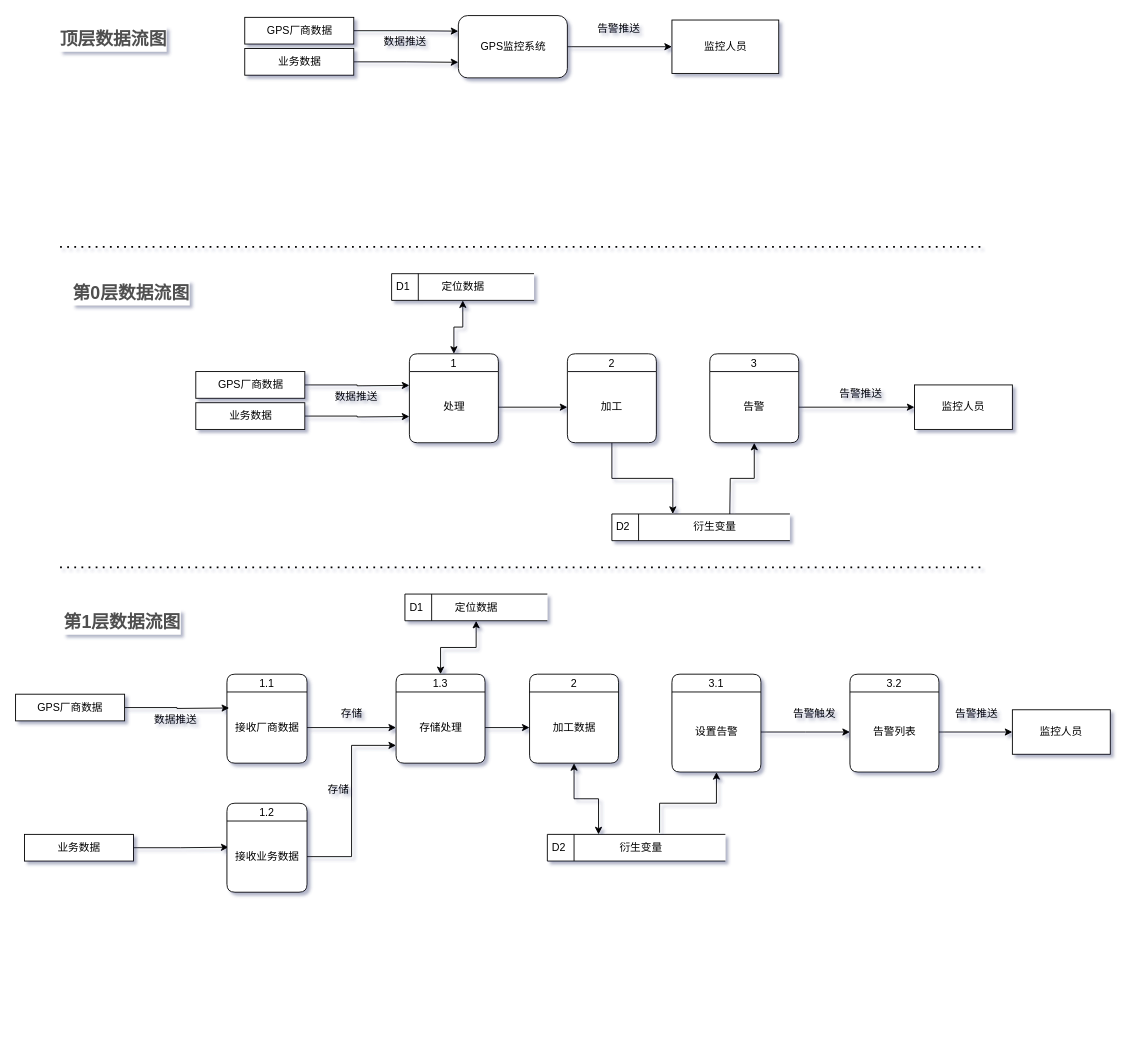
Before: 未命名绘图.drawio in LittleDW/drawfiles, a draw.io diagram. Source tidied: cells renumbered, new cells numbered last; positions are measured from the earlier drawing's top-left corner, leaving out a move shared by most shapes. Both pictures are drawn from the tidied source at 89%, with x=0, y=0 at pixel (15, 15).
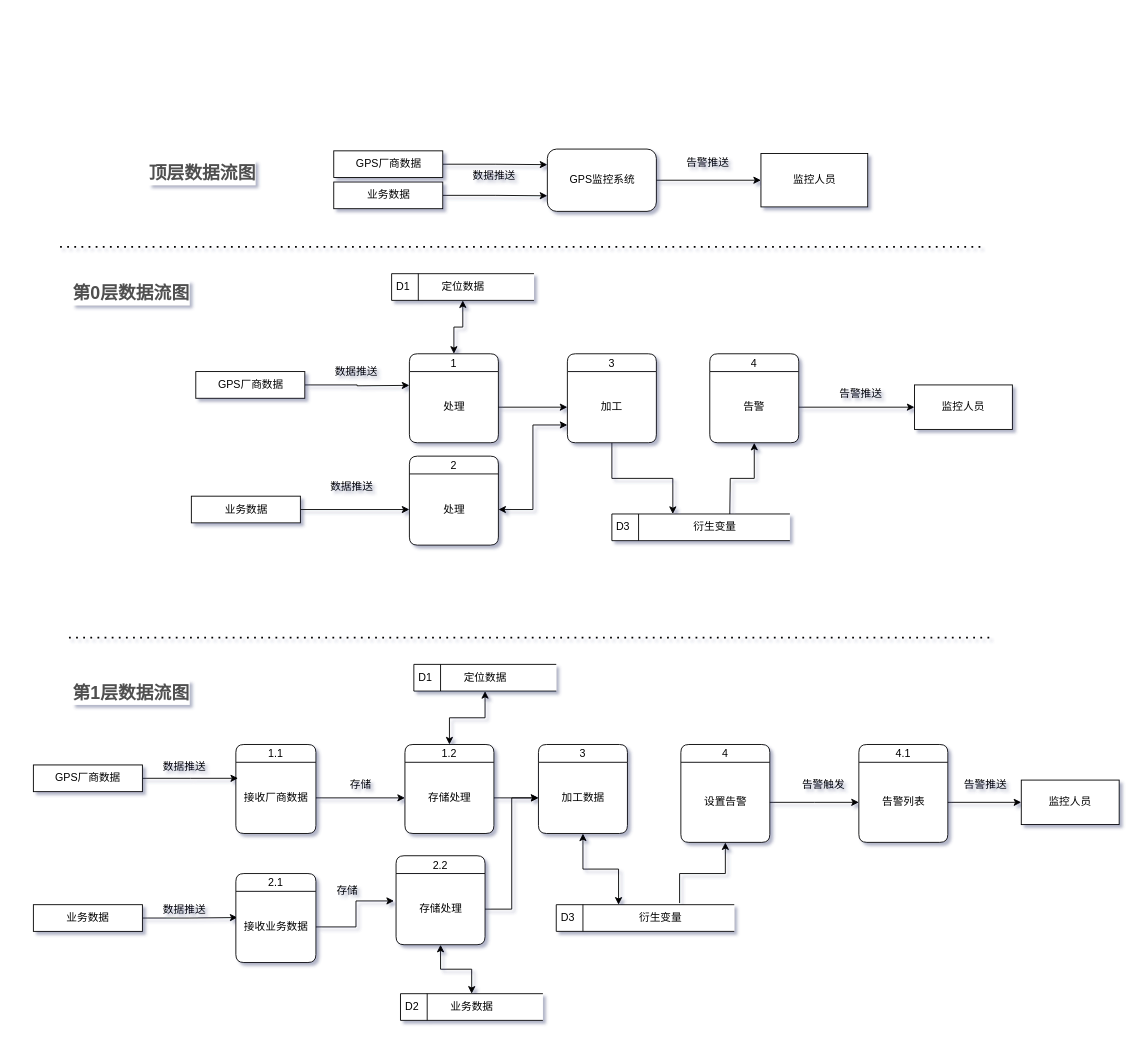
The same page after the edit.

Commit message:
更新未命名绘图.drawio

Unchanged cells that the change refers to:
```xml
<mxCell id="26" value="存储处理" style="text;html=1;strokeColor=none;fillColor=none;align=center;verticalAlign=middle;whiteSpace=wrap;rounded=0;" parent="25" vertex="1">
  <mxGeometry y="20" width="100" height="80" as="geometry" />
</mxCell>
<mxCell id="33" value="设置告警" style="text;html=1;strokeColor=none;fillColor=none;align=center;verticalAlign=middle;whiteSpace=wrap;rounded=0;" parent="32" vertex="1">
  <mxGeometry y="20" width="100" height="90" as="geometry" />
</mxCell>
<mxCell id="41" value="加工数据" style="text;html=1;strokeColor=none;fillColor=none;align=center;verticalAlign=middle;whiteSpace=wrap;rounded=0;" parent="40" vertex="1">
  <mxGeometry y="20" width="100" height="80" as="geometry" />
</mxCell>
<mxCell id="66" value="加工" style="text;html=1;strokeColor=none;fillColor=none;align=center;verticalAlign=middle;whiteSpace=wrap;rounded=0;" parent="65" vertex="1">
  <mxGeometry y="20" width="100" height="80" as="geometry" />
</mxCell>
<mxCell id="69" value="接收业务数据" style="text;html=1;strokeColor=none;fillColor=none;align=center;verticalAlign=middle;whiteSpace=wrap;rounded=0;" parent="68" vertex="1">
  <mxGeometry y="20" width="90" height="80" as="geometry" />
</mxCell>
```

What changed in the source:
```diff
@@
     <mxCell id="7" value="GPS监控系统" style="rounded=1;whiteSpace=wrap;html=1;" parent="1" vertex="1">
-      <mxGeometry x="497.5" width="122.5" height="70" as="geometry" />
+      <mxGeometry x="597.5" y="150" width="122.5" height="70" as="geometry" />
     </mxCell>
@@
     <mxCell id="9" value="GPS厂商数据" style="rounded=0;whiteSpace=wrap;html=1;" parent="1" vertex="1">
-      <mxGeometry x="257.5" y="2" width="122.5" height="30" as="geometry" />
+      <mxGeometry x="357.5" y="152" width="122.5" height="30" as="geometry" />
     </mxCell>
     <mxCell id="10" value="监控人员" style="rounded=0;whiteSpace=wrap;html=1;" parent="1" vertex="1">
-      <mxGeometry x="737.5" y="5" width="120" height="60" as="geometry" />
+      <mxGeometry x="837.5" y="155" width="120" height="60" as="geometry" />
     </mxCell>
     <mxCell id="11" value="数据推送" style="text;html=1;strokeColor=none;fillColor=none;align=center;verticalAlign=middle;whiteSpace=wrap;rounded=0;" parent="1" vertex="1">
-      <mxGeometry x="407.5" y="15" width="60" height="30" as="geometry" />
+      <mxGeometry x="507.5" y="165" width="60" height="30" as="geometry" />
     </mxCell>
     <mxCell id="12" value="告警推送" style="text;html=1;strokeColor=none;fillColor=none;align=center;verticalAlign=middle;whiteSpace=wrap;rounded=0;" parent="1" vertex="1">
-      <mxGeometry x="647.5" width="60" height="30" as="geometry" />
+      <mxGeometry x="747.5" y="150" width="60" height="30" as="geometry" />
     </mxCell>
@@
-    <mxCell id="14" value="D2" style="html=1;dashed=0;whitespace=wrap;shape=mxgraph.dfd.dataStoreID;align=left;spacingLeft=3;" parent="1" vertex="1">
+    <mxCell id="14" value="D3" style="html=1;dashed=0;whitespace=wrap;shape=mxgraph.dfd.dataStoreID;align=left;spacingLeft=3;" parent="1" vertex="1">
       <mxGeometry x="670" y="560" width="200" height="30" as="geometry" />
     </mxCell>
@@
-    <mxCell id="18" value="3" style="swimlane;fontStyle=0;horizontal=1;startSize=20;fillColor=#ffffff;swimlaneFillColor=#ffffff;rounded=1;" parent="1" vertex="1">
+    <mxCell id="18" value="4" style="swimlane;fontStyle=0;horizontal=1;startSize=20;fillColor=#ffffff;swimlaneFillColor=#ffffff;rounded=1;" parent="1" vertex="1">
       <mxGeometry x="780" y="380" width="100" height="100" as="geometry" />
     </mxCell>
@@
     <mxCell id="23" value="D1" style="html=1;dashed=0;whitespace=wrap;shape=mxgraph.dfd.dataStoreID;align=left;spacingLeft=3;" parent="1" vertex="1">
-      <mxGeometry x="437.5" y="650" width="160" height="30" as="geometry" />
+      <mxGeometry x="447.5" y="729" width="160" height="30" as="geometry" />
     </mxCell>
@@
-    <mxCell id="25" value="1.3" style="swimlane;fontStyle=0;horizontal=1;startSize=20;fillColor=#ffffff;swimlaneFillColor=#ffffff;rounded=1;" parent="1" vertex="1">
-      <mxGeometry x="427.5" y="740" width="100" height="100" as="geometry" />
+    <mxCell id="25" value="1.2" style="swimlane;fontStyle=0;horizontal=1;startSize=20;fillColor=#ffffff;swimlaneFillColor=#ffffff;rounded=1;" parent="1" vertex="1">
+      <mxGeometry x="437.5" y="819" width="100" height="100" as="geometry" />
     </mxCell>
@@
     <mxCell id="27" value="定位数据" style="text;html=1;strokeColor=none;fillColor=none;align=center;verticalAlign=middle;whiteSpace=wrap;rounded=0;" parent="1" vertex="1">
-      <mxGeometry x="467.5" y="650" width="100" height="30" as="geometry" />
+      <mxGeometry x="477.5" y="729" width="100" height="30" as="geometry" />
     </mxCell>
-    <mxCell id="28" value="D2" style="html=1;dashed=0;whitespace=wrap;shape=mxgraph.dfd.dataStoreID;align=left;spacingLeft=3;" parent="1" vertex="1">
-      <mxGeometry x="597.5" y="920" width="200" height="30" as="geometry" />
+    <mxCell id="28" value="D3" style="html=1;dashed=0;whitespace=wrap;shape=mxgraph.dfd.dataStoreID;align=left;spacingLeft=3;" parent="1" vertex="1">
+      <mxGeometry x="607.5" y="999" width="200" height="30" as="geometry" />
     </mxCell>
@@
     <mxCell id="30" value="衍生变量" style="text;html=1;strokeColor=none;fillColor=none;align=center;verticalAlign=middle;whiteSpace=wrap;rounded=0;" parent="1" vertex="1">
-      <mxGeometry x="607.5" y="920" width="190" height="30" as="geometry" />
+      <mxGeometry x="630" y="999" width="190" height="30" as="geometry" />
     </mxCell>
@@
-    <mxCell id="32" value="3.1" style="swimlane;fontStyle=0;horizontal=1;startSize=20;fillColor=#ffffff;swimlaneFillColor=#ffffff;rounded=1;" parent="1" vertex="1">
-      <mxGeometry x="737.5" y="740" width="100" height="110" as="geometry" />
+    <mxCell id="32" value="4" style="swimlane;fontStyle=0;horizontal=1;startSize=20;fillColor=#ffffff;swimlaneFillColor=#ffffff;rounded=1;" parent="1" vertex="1">
+      <mxGeometry x="747.5" y="819" width="100" height="110" as="geometry" />
     </mxCell>
@@
     <mxCell id="34" style="edgeStyle=orthogonalEdgeStyle;rounded=0;jettySize=auto;html=1;exitX=1;exitY=0.5;exitDx=0;exitDy=0;startArrow=none;startFill=0;" parent="1" edge="1" source="33">
       <mxGeometry relative="1" as="geometry">
-        <mxPoint x="937.5" y="805" as="targetPoint" />
+        <mxPoint x="947.5" y="884" as="targetPoint" />
       </mxGeometry>
     </mxCell>
     <mxCell id="35" value="告警触发" style="text;html=1;strokeColor=none;fillColor=none;align=center;verticalAlign=middle;whiteSpace=wrap;rounded=0;" parent="1" vertex="1">
-      <mxGeometry x="867.5" y="770" width="60" height="30" as="geometry" />
+      <mxGeometry x="877.5" y="849" width="60" height="30" as="geometry" />
     </mxCell>
     <mxCell id="36" value="1.1" style="swimlane;fontStyle=0;horizontal=1;startSize=20;fillColor=#ffffff;swimlaneFillColor=#ffffff;rounded=1;" parent="1" vertex="1">
-      <mxGeometry x="237.5" y="740" width="90" height="100" as="geometry" />
+      <mxGeometry x="247.5" y="819" width="90" height="100" as="geometry" />
     </mxCell>
@@
     <mxCell id="39" value="存储" style="text;html=1;strokeColor=none;fillColor=none;align=center;verticalAlign=middle;whiteSpace=wrap;rounded=0;" parent="1" vertex="1">
-      <mxGeometry x="327.5" y="770" width="100" height="30" as="geometry" />
+      <mxGeometry x="337.5" y="849" width="100" height="30" as="geometry" />
     </mxCell>
-    <mxCell id="40" value="2" style="swimlane;fontStyle=0;horizontal=1;startSize=20;fillColor=#ffffff;swimlaneFillColor=#ffffff;rounded=1;" parent="1" vertex="1">
-      <mxGeometry x="577.5" y="740" width="100" height="100" as="geometry" />
+    <mxCell id="40" value="3" style="swimlane;fontStyle=0;horizontal=1;startSize=20;fillColor=#ffffff;swimlaneFillColor=#ffffff;rounded=1;" parent="1" vertex="1">
+      <mxGeometry x="587.5" y="819" width="100" height="100" as="geometry" />
     </mxCell>
@@
-    <mxCell id="43" value="3.2" style="swimlane;fontStyle=0;horizontal=1;startSize=20;fillColor=#ffffff;swimlaneFillColor=#ffffff;rounded=1;" parent="1" vertex="1">
-      <mxGeometry x="937.5" y="740" width="100" height="110" as="geometry" />
+    <mxCell id="43" value="4.1" style="swimlane;fontStyle=0;horizontal=1;startSize=20;fillColor=#ffffff;swimlaneFillColor=#ffffff;rounded=1;" parent="1" vertex="1">
+      <mxGeometry x="947.5" y="819" width="100" height="110" as="geometry" />
     </mxCell>
@@
     <mxCell id="45" value="监控人员" style="rounded=0;whiteSpace=wrap;html=1;" parent="1" vertex="1">
-      <mxGeometry x="1120" y="780" width="110" height="50" as="geometry" />
+      <mxGeometry x="1130" y="859" width="110" height="50" as="geometry" />
     </mxCell>
     <mxCell id="46" value="告警推送" style="text;html=1;strokeColor=none;fillColor=none;align=center;verticalAlign=middle;whiteSpace=wrap;rounded=0;" parent="1" vertex="1">
-      <mxGeometry x="1050" y="770" width="60" height="30" as="geometry" />
+      <mxGeometry x="1060" y="849" width="60" height="30" as="geometry" />
     </mxCell>
@@
     <mxCell id="48" style="endArrow=none;dashed=1;html=1;dashPattern=1 3;strokeWidth=2;rounded=0;" parent="1" edge="1">
       <mxGeometry relative="1" as="geometry">
-        <mxPoint x="50" y="620" as="sourcePoint" />
-        <mxPoint x="1090" y="620" as="targetPoint" />
+        <mxPoint x="60" y="699" as="sourcePoint" />
+        <mxPoint x="1100" y="699" as="targetPoint" />
       </mxGeometry>
     </mxCell>
     <mxCell id="49" value="&lt;h3 style=&quot;box-sizing: border-box; outline: 0px; margin: 8px 0px 16px; padding: 0px; font-family: &amp;quot;PingFang SC&amp;quot;, &amp;quot;Microsoft YaHei&amp;quot;, SimHei, Arial, SimSun; font-size: 20px; color: rgb(79, 79, 79); line-height: 28px; overflow-wrap: break-word; font-variant-ligatures: no-common-ligatures; text-align: start; background-color: rgb(255, 255, 255);&quot;&gt;顶层数据流图&lt;/h3&gt;" style="text;html=1;strokeColor=none;fillColor=none;align=center;verticalAlign=middle;whiteSpace=wrap;rounded=0;" parent="1" vertex="1">
-      <mxGeometry x="20" y="15" width="180" height="30" as="geometry" />
+      <mxGeometry x="120" y="165" width="180" height="30" as="geometry" />
     </mxCell>
@@
     <mxCell id="51" value="&lt;h3 style=&quot;box-sizing: border-box; outline: 0px; margin: 8px 0px 16px; padding: 0px; font-family: &amp;quot;PingFang SC&amp;quot;, &amp;quot;Microsoft YaHei&amp;quot;, SimHei, Arial, SimSun; font-size: 20px; color: rgb(79, 79, 79); line-height: 28px; overflow-wrap: break-word; font-variant-ligatures: no-common-ligatures; text-align: start; background-color: rgb(255, 255, 255);&quot;&gt;第1层数据流图&lt;/h3&gt;" style="text;html=1;strokeColor=none;fillColor=none;align=center;verticalAlign=middle;whiteSpace=wrap;rounded=0;" parent="1" vertex="1">
-      <mxGeometry x="30" y="670" width="180" height="30" as="geometry" />
+      <mxGeometry x="40" y="749" width="180" height="30" as="geometry" />
     </mxCell>
@@
     <mxCell id="54" value="业务数据" style="rounded=0;whiteSpace=wrap;html=1;" parent="1" vertex="1">
-      <mxGeometry x="257.5" y="37" width="122.5" height="30" as="geometry" />
+      <mxGeometry x="357.5" y="187" width="122.5" height="30" as="geometry" />
     </mxCell>
@@
     <mxCell id="57" value="数据推送" style="text;html=1;strokeColor=none;fillColor=none;align=center;verticalAlign=middle;whiteSpace=wrap;rounded=0;" parent="1" vertex="1">
-      <mxGeometry x="352.5" y="413" width="60" height="30" as="geometry" />
+      <mxGeometry x="347.5" y="515" width="60" height="30" as="geometry" />
     </mxCell>
-    <mxCell id="58" style="edgeStyle=orthogonalEdgeStyle;rounded=0;jettySize=auto;html=1;exitX=1;exitY=0.5;exitDx=0;exitDy=0;entryX=0;entryY=0.75;entryDx=0;entryDy=0;startArrow=none;startFill=0;" parent="1" edge="1" source="59">
-      <mxGeometry relative="1" as="geometry">
-        <mxPoint x="442.5" y="450.5" as="targetPoint" />
-      </mxGeometry>
+    <mxCell id="58" style="edgeStyle=orthogonalEdgeStyle;rounded=0;jettySize=auto;html=1;exitX=1;exitY=0.5;exitDx=0;exitDy=0;startArrow=none;startFill=0;" parent="1" edge="1" source="59" target="80">
+      <mxGeometry relative="1" as="geometry" />
     </mxCell>
     <mxCell id="59" value="业务数据" style="rounded=0;whiteSpace=wrap;html=1;" parent="1" vertex="1">
-      <mxGeometry x="202.5" y="435" width="122.5" height="30" as="geometry" />
+      <mxGeometry x="197.5" y="540" width="122.5" height="30" as="geometry" />
     </mxCell>
-    <mxCell id="60" style="edgeStyle=orthogonalEdgeStyle;rounded=0;jettySize=auto;html=1;exitX=1;exitY=0.5;exitDx=0;exitDy=0;entryX=0;entryY=0.25;entryDx=0;entryDy=0;startArrow=none;startFill=0;" parent="1" edge="1" source="61">
+    <mxCell id="60" style="edgeStyle=orthogonalEdgeStyle;rounded=0;jettySize=auto;html=1;entryX=0;entryY=0.25;entryDx=0;entryDy=0;startArrow=none;startFill=0;" parent="1" edge="1" source="61">
       <mxGeometry relative="1" as="geometry">
-        <mxPoint x="240" y="778" as="targetPoint" />
+        <mxPoint x="250" y="857" as="targetPoint" />
       </mxGeometry>
     </mxCell>
     <mxCell id="61" value="GPS厂商数据" style="rounded=0;whiteSpace=wrap;html=1;" parent="1" vertex="1">
-      <mxGeometry y="762.5" width="122.5" height="30" as="geometry" />
+      <mxGeometry x="20" y="842" width="122.5" height="30" as="geometry" />
     </mxCell>
     <mxCell id="62" value="数据推送" style="text;html=1;strokeColor=none;fillColor=none;align=center;verticalAlign=middle;whiteSpace=wrap;rounded=0;" parent="1" vertex="1">
-      <mxGeometry x="150" y="775.5" width="60" height="30" as="geometry" />
+      <mxGeometry x="160" y="829" width="60" height="30" as="geometry" />
     </mxCell>
@@
     <mxCell id="64" value="业务数据" style="rounded=0;whiteSpace=wrap;html=1;" parent="1" vertex="1">
-      <mxGeometry x="10" y="920" width="122.5" height="30" as="geometry" />
+      <mxGeometry x="20" y="999" width="122.5" height="30" as="geometry" />
     </mxCell>
-    <mxCell id="65" value="2" style="swimlane;fontStyle=0;horizontal=1;startSize=20;fillColor=#ffffff;swimlaneFillColor=#ffffff;rounded=1;" parent="1" vertex="1">
+    <mxCell id="65" value="3" style="swimlane;fontStyle=0;horizontal=1;startSize=20;fillColor=#ffffff;swimlaneFillColor=#ffffff;rounded=1;" parent="1" vertex="1">
       <mxGeometry x="620" y="380" width="100" height="100" as="geometry" />
     </mxCell>
@@
-    <mxCell id="68" value="1.2" style="swimlane;fontStyle=0;horizontal=1;startSize=20;fillColor=#ffffff;swimlaneFillColor=#ffffff;rounded=1;" parent="1" vertex="1">
-      <mxGeometry x="237.5" y="885" width="90" height="100" as="geometry" />
+    <mxCell id="68" value="2.1" style="swimlane;fontStyle=0;horizontal=1;startSize=20;fillColor=#ffffff;swimlaneFillColor=#ffffff;rounded=1;" parent="1" vertex="1">
+      <mxGeometry x="247.5" y="964" width="90" height="100" as="geometry" />
     </mxCell>
@@
-    <mxCell id="70" style="edgeStyle=orthogonalEdgeStyle;rounded=0;jettySize=auto;html=1;exitX=1;exitY=0.5;exitDx=0;exitDy=0;entryX=0;entryY=0.75;entryDx=0;entryDy=0;startArrow=none;startFill=0;" parent="1" edge="1" source="69" target="26">
+    <mxCell id="70" style="edgeStyle=orthogonalEdgeStyle;rounded=0;jettySize=auto;html=1;exitX=1;exitY=0.5;exitDx=0;exitDy=0;entryX=-0.023;entryY=0.385;entryDx=0;entryDy=0;startArrow=none;startFill=0;entryPerimeter=0;" parent="1" edge="1" source="69" target="74">
       <mxGeometry relative="1" as="geometry" />
     </mxCell>
     <mxCell id="71" value="存储" style="text;html=1;strokeColor=none;fillColor=none;align=center;verticalAlign=middle;whiteSpace=wrap;rounded=0;" parent="1" vertex="1">
-      <mxGeometry x="312.5" y="855" width="100" height="30" as="geometry" />
+      <mxGeometry x="322.5" y="969" width="100" height="30" as="geometry" />
     </mxCell>
+    <mxCell id="72" value="D2" style="html=1;dashed=0;whitespace=wrap;shape=mxgraph.dfd.dataStoreID;align=left;spacingLeft=3;" parent="1" vertex="1">
+      <mxGeometry x="432.5" y="1099" width="160" height="30" as="geometry" />
+    </mxCell>
+    <mxCell id="73" value="2.2" style="swimlane;fontStyle=0;horizontal=1;startSize=20;fillColor=#ffffff;swimlaneFillColor=#ffffff;rounded=1;" parent="1" vertex="1">
+      <mxGeometry x="427.5" y="944" width="100" height="100" as="geometry" />
+    </mxCell>
+    <mxCell id="74" value="存储处理" style="text;html=1;strokeColor=none;fillColor=none;align=center;verticalAlign=middle;whiteSpace=wrap;rounded=0;" parent="73" vertex="1">
+      <mxGeometry y="20" width="100" height="80" as="geometry" />
+    </mxCell>
+    <mxCell id="75" value="业务数据" style="text;html=1;strokeColor=none;fillColor=none;align=center;verticalAlign=middle;whiteSpace=wrap;rounded=0;" parent="1" vertex="1">
+      <mxGeometry x="462.5" y="1099" width="100" height="30" as="geometry" />
+    </mxCell>
+    <mxCell id="76" style="edgeStyle=orthogonalEdgeStyle;rounded=0;jettySize=auto;html=1;exitX=1;exitY=0.5;exitDx=0;exitDy=0;startArrow=none;startFill=0;entryX=0;entryY=0.5;entryDx=0;entryDy=0;" parent="1" edge="1" source="74" target="41">
+      <mxGeometry relative="1" as="geometry" />
+    </mxCell>
+    <mxCell id="77" style="edgeStyle=orthogonalEdgeStyle;rounded=0;jettySize=auto;html=1;exitX=0.5;exitY=1;exitDx=0;exitDy=0;entryX=0.5;entryY=0;entryDx=0;entryDy=0;startArrow=classic;startFill=1;" parent="1" edge="1" source="74" target="75">
+      <mxGeometry relative="1" as="geometry" />
+    </mxCell>
+    <mxCell id="78" value="数据推送" style="text;html=1;strokeColor=none;fillColor=none;align=center;verticalAlign=middle;whiteSpace=wrap;rounded=0;" parent="1" vertex="1">
+      <mxGeometry x="352.5" y="385" width="60" height="30" as="geometry" />
+    </mxCell>
+    <mxCell id="79" value="2" style="swimlane;fontStyle=0;horizontal=1;startSize=20;fillColor=#ffffff;swimlaneFillColor=#ffffff;rounded=1;" parent="1" vertex="1">
+      <mxGeometry x="442.5" y="495" width="100" height="100" as="geometry" />
+    </mxCell>
+    <mxCell id="80" value="处理" style="text;html=1;strokeColor=none;fillColor=none;align=center;verticalAlign=middle;whiteSpace=wrap;rounded=0;" parent="79" vertex="1">
+      <mxGeometry y="20" width="100" height="80" as="geometry" />
+    </mxCell>
+    <mxCell id="81" style="edgeStyle=orthogonalEdgeStyle;rounded=0;jettySize=auto;html=1;exitX=1;exitY=0.5;exitDx=0;exitDy=0;entryX=0;entryY=0.75;entryDx=0;entryDy=0;startArrow=classic;startFill=1;" parent="1" edge="1" source="80" target="66">
+      <mxGeometry relative="1" as="geometry" />
+    </mxCell>
+    <mxCell id="82" value="数据推送" style="text;html=1;strokeColor=none;fillColor=none;align=center;verticalAlign=middle;whiteSpace=wrap;rounded=0;" parent="1" vertex="1">
+      <mxGeometry x="160" y="990" width="60" height="30" as="geometry" />
+    </mxCell>
```
